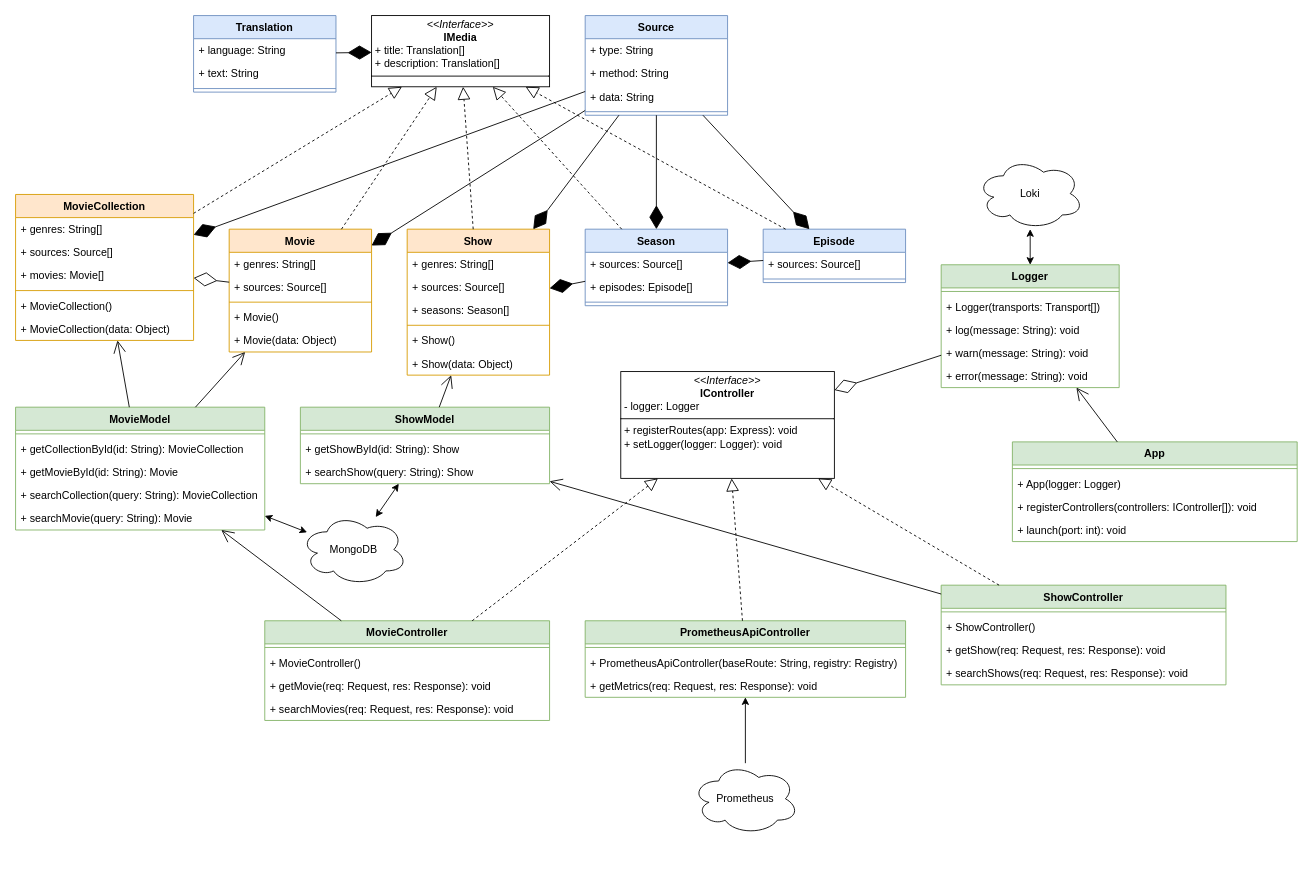
Before: page "Classes" (3 of 4) of docs/mdb.drawio in TimKral5/mediadb, a draw.io diagram. Source tidied: cells renumbered, new cells numbered last; positions are measured from the earlier drawing's top-left corner, leaving out a move shared by most shapes. Both pictures are drawn from the tidied source at 89%, with x=0, y=0 at pixel (15, 15).
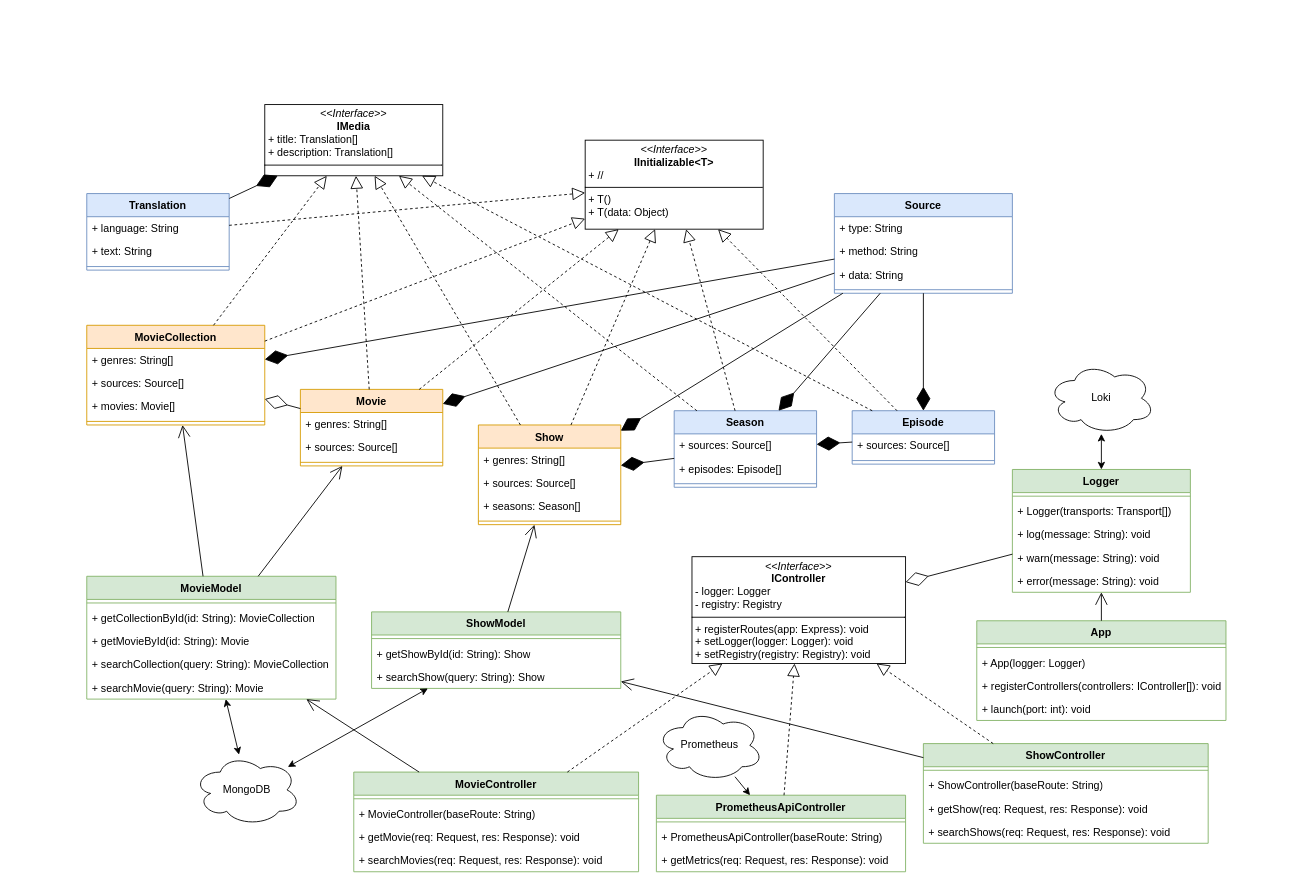
Above is the later version.

Commit message (it also covers changes not shown here):
add interface for constructors of database types to class diagram

What changed in the source:
```diff
@@
     <mxCell id="2" value="Movie" style="swimlane;fontStyle=1;align=center;verticalAlign=top;horizontal=1;startSize=26;whiteSpace=wrap;html=1;fillColor=#ffe6cc;strokeColor=#d79b00;" parent="1" vertex="1">
-      <mxGeometry x="240" y="240" width="160" height="138" as="geometry" />
+      <mxGeometry x="320" y="420" width="160" height="86" as="geometry" />
     </mxCell>
@@
-    <mxCell id="6" value="+ Movie()" style="text;strokeColor=none;fillColor=none;align=left;verticalAlign=top;spacingLeft=4;spacingRight=4;overflow=hidden;whiteSpace=wrap;html=1;" parent="2" vertex="1">
-      <mxGeometry y="86" width="160" height="26" as="geometry" />
-    </mxCell>
-    <mxCell id="7" value="+ Movie(data: Object)" style="text;strokeColor=none;fillColor=none;align=left;verticalAlign=top;spacingLeft=4;spacingRight=4;overflow=hidden;whiteSpace=wrap;html=1;" parent="2" vertex="1">
-      <mxGeometry y="112" width="160" height="26" as="geometry" />
-    </mxCell>
     <mxCell id="8" value="Translation" style="swimlane;fontStyle=1;align=center;verticalAlign=top;horizontal=1;startSize=26;whiteSpace=wrap;html=1;fillColor=#dae8fc;strokeColor=#6c8ebf;" parent="1" vertex="1">
-      <mxGeometry x="200" width="160" height="86" as="geometry" />
+      <mxGeometry x="80" y="200" width="160" height="86" as="geometry" />
     </mxCell>
@@
     <mxCell id="12" value="Show" style="swimlane;fontStyle=1;align=center;verticalAlign=top;horizontal=1;startSize=26;whiteSpace=wrap;html=1;fillColor=#ffe6cc;strokeColor=#d79b00;" parent="1" vertex="1">
-      <mxGeometry x="440" y="240" width="160" height="164" as="geometry" />
+      <mxGeometry x="520" y="460" width="160" height="112" as="geometry" />
     </mxCell>
@@
-    <mxCell id="17" value="+ Show()" style="text;strokeColor=none;fillColor=none;align=left;verticalAlign=top;spacingLeft=4;spacingRight=4;overflow=hidden;whiteSpace=wrap;html=1;" parent="12" vertex="1">
-      <mxGeometry y="112" width="160" height="26" as="geometry" />
-    </mxCell>
-    <mxCell id="18" value="+ Show(data: Object)" style="text;strokeColor=none;fillColor=none;align=left;verticalAlign=top;spacingLeft=4;spacingRight=4;overflow=hidden;whiteSpace=wrap;html=1;" parent="12" vertex="1">
-      <mxGeometry y="138" width="160" height="26" as="geometry" />
-    </mxCell>
     <mxCell id="19" value="&lt;p style=&quot;margin:0px;margin-top:4px;text-align:center;&quot;&gt;&lt;i&gt;&amp;lt;&amp;lt;Interface&amp;gt;&amp;gt;&lt;/i&gt;&lt;br&gt;&lt;b&gt;IMedia&lt;/b&gt;&lt;/p&gt;&lt;p style=&quot;margin:0px;margin-left:4px;&quot;&gt;&lt;span style=&quot;background-color: transparent; color: light-dark(rgb(0, 0, 0), rgb(255, 255, 255));&quot;&gt;+ title: Translation[]&lt;/span&gt;&lt;/p&gt;&lt;p style=&quot;margin:0px;margin-left:4px;&quot;&gt;+ description: Translation[]&lt;/p&gt;&lt;hr size=&quot;1&quot; style=&quot;border-style:solid;&quot;&gt;&lt;p style=&quot;margin:0px;margin-left:4px;&quot;&gt;&lt;br&gt;&lt;/p&gt;" style="verticalAlign=top;align=left;overflow=fill;html=1;whiteSpace=wrap;" parent="1" vertex="1">
-      <mxGeometry x="400" width="200" height="80" as="geometry" />
+      <mxGeometry x="280" y="100" width="200" height="80" as="geometry" />
     </mxCell>
@@
     <mxCell id="23" value="Season" style="swimlane;fontStyle=1;align=center;verticalAlign=top;horizontal=1;startSize=26;whiteSpace=wrap;html=1;fillColor=#dae8fc;strokeColor=#6c8ebf;" parent="1" vertex="1">
-      <mxGeometry x="640" y="240" width="160" height="86" as="geometry" />
+      <mxGeometry x="740" y="444" width="160" height="86" as="geometry" />
     </mxCell>
@@
     <mxCell id="28" value="Source" style="swimlane;fontStyle=1;align=center;verticalAlign=top;horizontal=1;startSize=26;whiteSpace=wrap;html=1;fillColor=#dae8fc;strokeColor=#6c8ebf;" parent="1" vertex="1">
-      <mxGeometry x="640" width="160" height="112" as="geometry" />
+      <mxGeometry x="920" y="200" width="200" height="112" as="geometry" />
     </mxCell>
     <mxCell id="29" value="+ type: String" style="text;strokeColor=none;fillColor=none;align=left;verticalAlign=top;spacingLeft=4;spacingRight=4;overflow=hidden;whiteSpace=wrap;html=1;" parent="28" vertex="1">
-      <mxGeometry y="26" width="160" height="26" as="geometry" />
+      <mxGeometry y="26" width="200" height="26" as="geometry" />
     </mxCell>
     <mxCell id="30" value="+ method: String" style="text;strokeColor=none;fillColor=none;align=left;verticalAlign=top;spacingLeft=4;spacingRight=4;overflow=hidden;whiteSpace=wrap;html=1;" parent="28" vertex="1">
-      <mxGeometry y="52" width="160" height="26" as="geometry" />
+      <mxGeometry y="52" width="200" height="26" as="geometry" />
     </mxCell>
     <mxCell id="31" value="+ data: String" style="text;strokeColor=none;fillColor=none;align=left;verticalAlign=top;spacingLeft=4;spacingRight=4;overflow=hidden;whiteSpace=wrap;html=1;" parent="28" vertex="1">
-      <mxGeometry y="78" width="160" height="26" as="geometry" />
+      <mxGeometry y="78" width="200" height="26" as="geometry" />
     </mxCell>
     <mxCell id="32" style="line;strokeWidth=1;fillColor=none;align=left;verticalAlign=middle;spacingTop=-1;spacingLeft=3;spacingRight=3;labelPosition=right;strokeColor=inherit;" parent="28" vertex="1">
-      <mxGeometry y="104" width="160" height="8" as="geometry" />
+      <mxGeometry y="104" width="200" height="8" as="geometry" />
     </mxCell>
@@
     <mxCell id="35" value="Episode" style="swimlane;fontStyle=1;align=center;verticalAlign=top;horizontal=1;startSize=26;whiteSpace=wrap;html=1;fillColor=#dae8fc;strokeColor=#6c8ebf;" parent="1" vertex="1">
-      <mxGeometry x="840" y="240" width="160" height="60" as="geometry" />
+      <mxGeometry x="940" y="444" width="160" height="60" as="geometry" />
     </mxCell>
@@
     <mxCell id="40" value="MovieCollection" style="swimlane;fontStyle=1;align=center;verticalAlign=top;horizontal=1;startSize=26;whiteSpace=wrap;html=1;fillColor=#ffe6cc;strokeColor=#d79b00;" parent="1" vertex="1">
-      <mxGeometry y="201" width="200" height="164" as="geometry" />
+      <mxGeometry x="80" y="348" width="200" height="112" as="geometry" />
     </mxCell>
@@
-    <mxCell id="45" value="+ MovieCollection()" style="text;strokeColor=none;fillColor=none;align=left;verticalAlign=top;spacingLeft=4;spacingRight=4;overflow=hidden;whiteSpace=wrap;html=1;" parent="40" vertex="1">
-      <mxGeometry y="112" width="200" height="26" as="geometry" />
-    </mxCell>
-    <mxCell id="46" value="+ MovieCollection(data: Object)" style="text;strokeColor=none;fillColor=none;align=left;verticalAlign=top;spacingLeft=4;spacingRight=4;overflow=hidden;whiteSpace=wrap;html=1;" parent="40" vertex="1">
-      <mxGeometry y="138" width="200" height="26" as="geometry" />
-    </mxCell>
@@
     <mxCell id="51" value="MongoDB" style="ellipse;shape=cloud;whiteSpace=wrap;html=1;" parent="1" vertex="1">
-      <mxGeometry x="320" y="560" width="120" height="80" as="geometry" />
+      <mxGeometry x="200" y="830" width="120" height="80" as="geometry" />
     </mxCell>
     <mxCell id="52" value="MovieModel" style="swimlane;fontStyle=1;align=center;verticalAlign=top;horizontal=1;startSize=26;whiteSpace=wrap;html=1;fillColor=#d5e8d4;strokeColor=#82b366;" parent="1" vertex="1">
-      <mxGeometry y="440" width="280" height="138" as="geometry" />
+      <mxGeometry x="80" y="630" width="280" height="138" as="geometry" />
     </mxCell>
@@
     <mxCell id="59" value="ShowModel" style="swimlane;fontStyle=1;align=center;verticalAlign=top;horizontal=1;startSize=26;whiteSpace=wrap;html=1;fillColor=#d5e8d4;strokeColor=#82b366;" parent="1" vertex="1">
-      <mxGeometry x="320" y="440" width="280" height="86" as="geometry" />
+      <mxGeometry x="400" y="670" width="280" height="86" as="geometry" />
     </mxCell>
@@
     <mxCell id="69" value="ShowController" style="swimlane;fontStyle=1;align=center;verticalAlign=top;horizontal=1;startSize=26;whiteSpace=wrap;html=1;fillColor=#d5e8d4;strokeColor=#82b366;" parent="1" vertex="1">
-      <mxGeometry x="1040" y="640" width="320" height="112" as="geometry" />
+      <mxGeometry x="1020" y="818" width="320" height="112" as="geometry" />
     </mxCell>
@@
-    <mxCell id="71" value="+ ShowController()" style="text;strokeColor=none;fillColor=none;align=left;verticalAlign=top;spacingLeft=4;spacingRight=4;overflow=hidden;whiteSpace=wrap;html=1;" parent="69" vertex="1">
+    <mxCell id="71" value="+ ShowController(baseRoute: String)" style="text;strokeColor=none;fillColor=none;align=left;verticalAlign=top;spacingLeft=4;spacingRight=4;overflow=hidden;whiteSpace=wrap;html=1;" parent="69" vertex="1">
       <mxGeometry y="34" width="320" height="26" as="geometry" />
     </mxCell>
@@
     <mxCell id="74" value="MovieController" style="swimlane;fontStyle=1;align=center;verticalAlign=top;horizontal=1;startSize=26;whiteSpace=wrap;html=1;fillColor=#d5e8d4;strokeColor=#82b366;" parent="1" vertex="1">
-      <mxGeometry x="280" y="680" width="320" height="112" as="geometry" />
+      <mxGeometry x="380" y="850" width="320" height="112" as="geometry" />
     </mxCell>
@@
-    <mxCell id="76" value="+ MovieController()" style="text;strokeColor=none;fillColor=none;align=left;verticalAlign=top;spacingLeft=4;spacingRight=4;overflow=hidden;whiteSpace=wrap;html=1;" parent="74" vertex="1">
+    <mxCell id="76" value="+ MovieController(baseRoute: String)" style="text;strokeColor=none;fillColor=none;align=left;verticalAlign=top;spacingLeft=4;spacingRight=4;overflow=hidden;whiteSpace=wrap;html=1;" parent="74" vertex="1">
       <mxGeometry y="34" width="320" height="26" as="geometry" />
     </mxCell>
@@
     <mxCell id="79" value="PrometheusApiController" style="swimlane;fontStyle=1;align=center;verticalAlign=top;horizontal=1;startSize=26;whiteSpace=wrap;html=1;fillColor=#d5e8d4;strokeColor=#82b366;" parent="1" vertex="1">
-      <mxGeometry x="640" y="680" width="360" height="86" as="geometry" />
+      <mxGeometry x="720" y="876" width="280" height="86" as="geometry" />
     </mxCell>
     <mxCell id="80" style="line;strokeWidth=1;fillColor=none;align=left;verticalAlign=middle;spacingTop=-1;spacingLeft=3;spacingRight=3;labelPosition=right;strokeColor=inherit;" parent="79" vertex="1">
-      <mxGeometry y="26" width="360" height="8" as="geometry" />
+      <mxGeometry y="26" width="280" height="8" as="geometry" />
     </mxCell>
-    <mxCell id="81" value="+ PrometheusApiController(baseRoute: String, registry: Registry)" style="text;strokeColor=none;fillColor=none;align=left;verticalAlign=top;spacingLeft=4;spacingRight=4;overflow=hidden;whiteSpace=wrap;html=1;" parent="79" vertex="1">
-      <mxGeometry y="34" width="360" height="26" as="geometry" />
+    <mxCell id="81" value="+ PrometheusApiController(baseRoute: String)" style="text;strokeColor=none;fillColor=none;align=left;verticalAlign=top;spacingLeft=4;spacingRight=4;overflow=hidden;whiteSpace=wrap;html=1;" parent="79" vertex="1">
+      <mxGeometry y="34" width="280" height="26" as="geometry" />
     </mxCell>
     <mxCell id="82" value="+ getMetrics(req: Request, res: Response): void" style="text;strokeColor=none;fillColor=none;align=left;verticalAlign=top;spacingLeft=4;spacingRight=4;overflow=hidden;whiteSpace=wrap;html=1;" parent="79" vertex="1">
-      <mxGeometry y="60" width="360" height="26" as="geometry" />
+      <mxGeometry y="60" width="280" height="26" as="geometry" />
     </mxCell>
-    <mxCell id="83" value="&lt;p style=&quot;margin:0px;margin-top:4px;text-align:center;&quot;&gt;&lt;i&gt;&amp;lt;&amp;lt;Interface&amp;gt;&amp;gt;&lt;/i&gt;&lt;br&gt;&lt;b&gt;IController&lt;/b&gt;&lt;/p&gt;&lt;p style=&quot;margin:0px;margin-left:4px;&quot;&gt;- logger: Logger&lt;/p&gt;&lt;hr size=&quot;1&quot; style=&quot;border-style:solid;&quot;&gt;&lt;p style=&quot;margin:0px;margin-left:4px;&quot;&gt;+ registerRoutes(app: Express): void&lt;/p&gt;&lt;p style=&quot;margin:0px;margin-left:4px;&quot;&gt;+ setLogger(logger: Logger): void&lt;/p&gt;" style="verticalAlign=top;align=left;overflow=fill;html=1;whiteSpace=wrap;" parent="1" vertex="1">
-      <mxGeometry x="680" y="400" width="240" height="120" as="geometry" />
+    <mxCell id="83" value="&lt;p style=&quot;margin:0px;margin-top:4px;text-align:center;&quot;&gt;&lt;i&gt;&amp;lt;&amp;lt;Interface&amp;gt;&amp;gt;&lt;/i&gt;&lt;br&gt;&lt;b&gt;IController&lt;/b&gt;&lt;/p&gt;&lt;p style=&quot;margin:0px;margin-left:4px;&quot;&gt;- logger: Logger&lt;/p&gt;&lt;p style=&quot;margin:0px;margin-left:4px;&quot;&gt;- registry: Registry&lt;/p&gt;&lt;hr size=&quot;1&quot; style=&quot;border-style:solid;&quot;&gt;&lt;p style=&quot;margin:0px;margin-left:4px;&quot;&gt;+ registerRoutes(app: Express): void&lt;/p&gt;&lt;p style=&quot;margin:0px;margin-left:4px;&quot;&gt;+ setLogger(logger: Logger): void&lt;/p&gt;&lt;p style=&quot;margin:0px;margin-left:4px;&quot;&gt;+ setRegistry(registry: Registry): void&lt;/p&gt;" style="verticalAlign=top;align=left;overflow=fill;html=1;whiteSpace=wrap;" parent="1" vertex="1">
+      <mxGeometry x="760" y="608" width="240" height="120" as="geometry" />
     </mxCell>
@@
     <mxCell id="87" value="App" style="swimlane;fontStyle=1;align=center;verticalAlign=top;horizontal=1;startSize=26;whiteSpace=wrap;html=1;fillColor=#d5e8d4;strokeColor=#82b366;" parent="1" vertex="1">
-      <mxGeometry x="1120" y="479" width="320" height="112" as="geometry" />
+      <mxGeometry x="1080" y="680" width="280" height="112" as="geometry" />
     </mxCell>
     <mxCell id="88" style="line;strokeWidth=1;fillColor=none;align=left;verticalAlign=middle;spacingTop=-1;spacingLeft=3;spacingRight=3;labelPosition=right;strokeColor=inherit;" parent="87" vertex="1">
-      <mxGeometry y="26" width="320" height="8" as="geometry" />
+      <mxGeometry y="26" width="280" height="8" as="geometry" />
     </mxCell>
     <mxCell id="89" value="+ App(logger: Logger)" style="text;strokeColor=none;fillColor=none;align=left;verticalAlign=top;spacingLeft=4;spacingRight=4;overflow=hidden;whiteSpace=wrap;html=1;" parent="87" vertex="1">
-      <mxGeometry y="34" width="320" height="26" as="geometry" />
+      <mxGeometry y="34" width="280" height="26" as="geometry" />
     </mxCell>
     <mxCell id="90" value="+ registerControllers(controllers: IController[]): void" style="text;strokeColor=none;fillColor=none;align=left;verticalAlign=top;spacingLeft=4;spacingRight=4;overflow=hidden;whiteSpace=wrap;html=1;" parent="87" vertex="1">
-      <mxGeometry y="60" width="320" height="26" as="geometry" />
+      <mxGeometry y="60" width="280" height="26" as="geometry" />
     </mxCell>
     <mxCell id="91" value="+ launch(port: int): void" style="text;strokeColor=none;fillColor=none;align=left;verticalAlign=top;spacingLeft=4;spacingRight=4;overflow=hidden;whiteSpace=wrap;html=1;" parent="87" vertex="1">
-      <mxGeometry y="86" width="320" height="26" as="geometry" />
+      <mxGeometry y="86" width="280" height="26" as="geometry" />
     </mxCell>
     <mxCell id="92" value="Prometheus" style="ellipse;shape=cloud;whiteSpace=wrap;html=1;" parent="1" vertex="1">
-      <mxGeometry x="760" y="840" width="120" height="80" as="geometry" />
+      <mxGeometry x="720" y="780" width="120" height="80" as="geometry" />
     </mxCell>
@@
     <mxCell id="94" value="Loki" style="ellipse;shape=cloud;whiteSpace=wrap;html=1;" parent="1" vertex="1">
-      <mxGeometry x="1080" y="160" width="120" height="80" as="geometry" />
+      <mxGeometry x="1160" y="390" width="120" height="80" as="geometry" />
     </mxCell>
     <mxCell id="95" value="Logger" style="swimlane;fontStyle=1;align=center;verticalAlign=top;horizontal=1;startSize=26;whiteSpace=wrap;html=1;fillColor=#d5e8d4;strokeColor=#82b366;" parent="1" vertex="1">
-      <mxGeometry x="1040" y="280" width="200" height="138" as="geometry" />
+      <mxGeometry x="1120" y="510" width="200" height="138" as="geometry" />
     </mxCell>
@@
+    <mxCell id="106" value="&lt;p style=&quot;margin:0px;margin-top:4px;text-align:center;&quot;&gt;&lt;i&gt;&amp;lt;&amp;lt;Interface&amp;gt;&amp;gt;&lt;/i&gt;&lt;br&gt;&lt;b&gt;IInitializable&amp;lt;T&amp;gt;&lt;/b&gt;&lt;/p&gt;&lt;p style=&quot;margin:0px;margin-left:4px;&quot;&gt;&lt;span style=&quot;background-color: transparent; color: light-dark(rgb(0, 0, 0), rgb(255, 255, 255));&quot;&gt;+ //&lt;/span&gt;&lt;/p&gt;&lt;hr size=&quot;1&quot; style=&quot;border-style:solid;&quot;&gt;&lt;p style=&quot;margin:0px;margin-left:4px;&quot;&gt;+ T()&lt;/p&gt;&lt;p style=&quot;margin:0px;margin-left:4px;&quot;&gt;+ T(data: Object)&lt;/p&gt;" style="verticalAlign=top;align=left;overflow=fill;html=1;whiteSpace=wrap;" parent="1" vertex="1">
+      <mxGeometry x="640" y="140" width="200" height="100" as="geometry" />
+    </mxCell>
+    <mxCell id="107" style="endArrow=block;dashed=1;endFill=0;endSize=12;html=1;rounded=0;" parent="1" edge="1" source="35" target="106">
+      <mxGeometry relative="1" as="geometry" />
+    </mxCell>
+    <mxCell id="108" style="endArrow=block;dashed=1;endFill=0;endSize=12;html=1;rounded=0;" parent="1" edge="1" source="23" target="106">
+      <mxGeometry relative="1" as="geometry" />
+    </mxCell>
+    <mxCell id="109" style="endArrow=block;dashed=1;endFill=0;endSize=12;html=1;rounded=0;" parent="1" edge="1" source="12" target="106">
+      <mxGeometry relative="1" as="geometry" />
+    </mxCell>
+    <mxCell id="110" style="endArrow=block;dashed=1;endFill=0;endSize=12;html=1;rounded=0;" parent="1" edge="1" source="2" target="106">
+      <mxGeometry relative="1" as="geometry" />
+    </mxCell>
+    <mxCell id="111" style="endArrow=block;dashed=1;endFill=0;endSize=12;html=1;rounded=0;" parent="1" edge="1" source="40" target="106">
+      <mxGeometry relative="1" as="geometry" />
+    </mxCell>
+    <mxCell id="112" style="endArrow=block;dashed=1;endFill=0;endSize=12;html=1;rounded=0;" parent="1" edge="1" source="8" target="106">
+      <mxGeometry relative="1" as="geometry" />
+    </mxCell>
```
